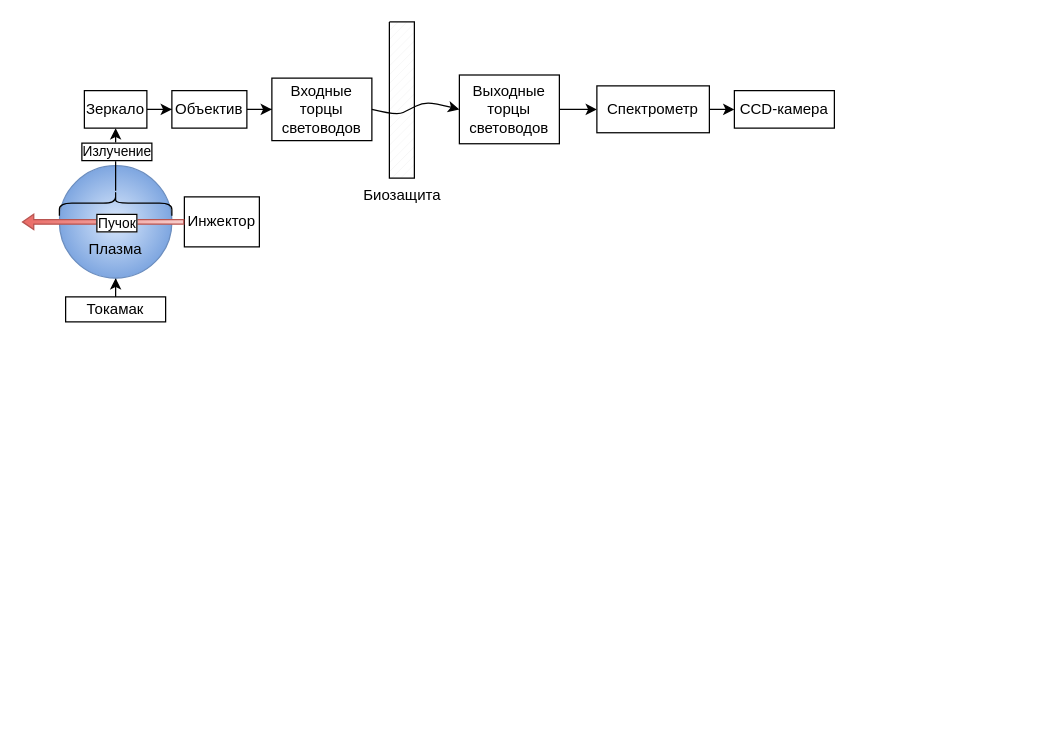
The draw.io diagram Диаграмма без названия.drawio in Mr-Boshi/diagrams, before the edit. Source tidied: cells renumbered, new cells numbered last; positions are measured from the earlier drawing's top-left corner, leaving out a move shared by most shapes. Both pictures are drawn from the tidied source at 125%, with x=0, y=0 at pixel (21, 21).
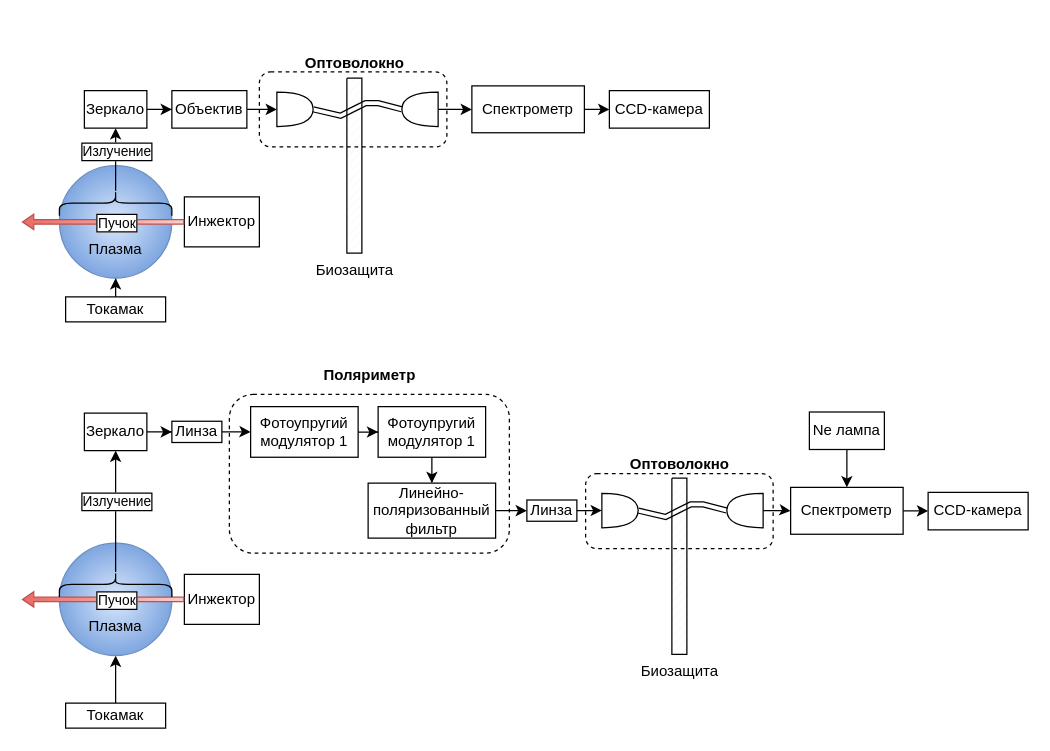
The same diagram, later.

Unchanged cells that the change refers to:
```xml
<mxCell id="14" value="Объектив" style="rounded=0;whiteSpace=wrap;html=1;" parent="1" vertex="1">
  <mxGeometry x="120" y="55" width="60" height="30" as="geometry" />
</mxCell>
```

What changed in the source:
```diff
@@
-    <mxCell id="13" style="edgeStyle=orthogonalEdgeStyle;rounded=0;jettySize=auto;html=1;" parent="1" edge="1" source="14" target="15">
-      <mxGeometry relative="1" as="geometry" />
-    </mxCell>
+    <mxCell id="23" style="edgeStyle=orthogonalEdgeStyle;rounded=0;jettySize=auto;html=1;" parent="1" edge="1" source="14" target="51">
+      <mxGeometry relative="1" as="geometry" />
+    </mxCell>
@@
-    <mxCell id="15" value="Входные торцы световодов" style="rounded=0;whiteSpace=wrap;html=1;" parent="1" vertex="1">
-      <mxGeometry x="200" y="45" width="80" height="50" as="geometry" />
-    </mxCell>
     <mxCell id="16" value="Биозащита" style="verticalLabelPosition=bottom;verticalAlign=top;html=1;shape=mxgraph.basic.patternFillRect;fillStyle=diag;step=5;fillStrokeWidth=0.2;fillStrokeColor=#dddddd;" parent="1" vertex="1">
-      <mxGeometry x="294" width="20" height="125" as="geometry" />
+      <mxGeometry x="260" y="45" width="12" height="140" as="geometry" />
     </mxCell>
-    <mxCell id="17" style="curved=1;endArrow=classic;html=1;rounded=0;exitX=1;exitY=0.5;exitDx=0;exitDy=0;entryX=0;entryY=0.5;entryDx=0;entryDy=0;" parent="1" edge="1" source="15" target="19">
+    <mxCell id="17" style="curved=1;endArrow=classic;html=1;rounded=0;exitX=1;exitY=0.5;exitDx=0;exitDy=0;entryX=1;entryY=0.5;entryDx=0;entryDy=0;shape=link;entryPerimeter=0;exitPerimeter=0;" parent="1" edge="1" source="51" target="53">
       <mxGeometry relative="1" as="geometry">
         <Array as="points">
-          <mxPoint x="300" y="75" />
-          <mxPoint x="310" y="70" />
-          <mxPoint x="320" y="65" />
-          <mxPoint x="330" y="65" />
+          <mxPoint x="255" y="75" />
+          <mxPoint x="265" y="70" />
+          <mxPoint x="275" y="65" />
+          <mxPoint x="285" y="65" />
         </Array>
       </mxGeometry>
     </mxCell>
-    <mxCell id="18" style="edgeStyle=orthogonalEdgeStyle;rounded=0;jettySize=auto;html=1;" parent="1" edge="1" source="19" target="21">
-      <mxGeometry relative="1" as="geometry" />
-    </mxCell>
-    <mxCell id="19" value="Выходные торцы световодов" style="rounded=0;whiteSpace=wrap;html=1;" parent="1" vertex="1">
-      <mxGeometry x="350" y="42.5" width="80" height="55" as="geometry" />
-    </mxCell>
@@
     <mxCell id="21" value="Спектрометр" style="rounded=0;whiteSpace=wrap;html=1;" parent="1" vertex="1">
-      <mxGeometry x="460" y="51.2" width="90" height="37.5" as="geometry" />
+      <mxGeometry x="360" y="51.2" width="90" height="37.5" as="geometry" />
     </mxCell>
     <mxCell id="22" value="CCD-камера" style="rounded=0;whiteSpace=wrap;html=1;" parent="1" vertex="1">
-      <mxGeometry x="570" y="55" width="80" height="30" as="geometry" />
+      <mxGeometry x="470" y="55" width="80" height="30" as="geometry" />
     </mxCell>
+    <mxCell id="24" value="Инжектор" style="rounded=0;whiteSpace=wrap;html=1;" parent="1" vertex="1">
+      <mxGeometry x="130" y="442" width="60" height="40" as="geometry" />
+    </mxCell>
+    <mxCell id="25" style="edgeStyle=orthogonalEdgeStyle;rounded=0;jettySize=auto;html=1;" parent="1" edge="1" source="26" target="27">
+      <mxGeometry relative="1" as="geometry" />
+    </mxCell>
+    <mxCell id="26" value="Токамак" style="rounded=0;whiteSpace=wrap;html=1;" parent="1" vertex="1">
+      <mxGeometry x="35" y="545" width="80" height="20" as="geometry" />
+    </mxCell>
+    <mxCell id="27" value="&lt;div&gt;&lt;br&gt;&lt;/div&gt;&lt;div&gt;&lt;br&gt;&lt;/div&gt;&lt;div&gt;&lt;br&gt;&lt;/div&gt;&lt;div&gt;&lt;span style=&quot;background-color: initial;&quot;&gt;Плазма&lt;/span&gt;&lt;br&gt;&lt;/div&gt;" style="ellipse;whiteSpace=wrap;html=1;fillColor=#dae8fc;strokeColor=#6c8ebf;gradientColor=#7ea6e0;gradientDirection=radial;" parent="1" vertex="1">
+      <mxGeometry x="30" y="417" width="90" height="90" as="geometry" />
+    </mxCell>
+    <mxCell id="28" style="shape=flexArrow;endArrow=classic;html=1;rounded=0;exitX=0;exitY=0.5;exitDx=0;exitDy=0;fillColor=#f8cecc;width=3.6;endSize=2.668;endWidth=7.76;gradientColor=#ea6b66;strokeColor=#b85450;gradientDirection=west;" parent="1" edge="1" source="24">
+      <mxGeometry relative="1" as="geometry">
+        <mxPoint y="462" as="targetPoint" />
+      </mxGeometry>
+    </mxCell>
+    <mxCell id="29" value="Пучок" style="edgeLabel;html=1;align=center;verticalAlign=middle;labelBorderColor=default;" parent="28" vertex="1">
+      <mxGeometry x="-0.34" y="1" relative="1" as="geometry">
+        <mxPoint x="-12" y="-1" as="offset" />
+      </mxGeometry>
+    </mxCell>
+    <mxCell id="30" style="edgeStyle=orthogonalEdgeStyle;rounded=0;jettySize=auto;html=1;" parent="1" edge="1" source="32" target="34">
+      <mxGeometry relative="1" as="geometry" />
+    </mxCell>
+    <mxCell id="31" value="Излучение" style="edgeLabel;html=1;align=center;verticalAlign=middle;labelBorderColor=default;" parent="30" vertex="1">
+      <mxGeometry x="-0.4" relative="1" as="geometry">
+        <mxPoint y="-28" as="offset" />
+      </mxGeometry>
+    </mxCell>
+    <mxCell id="32" style="shape=curlyBracket;whiteSpace=wrap;html=1;rounded=1;flipH=1;labelPosition=right;verticalLabelPosition=middle;align=left;verticalAlign=middle;rotation=-90;size=0.5;" parent="1" vertex="1">
+      <mxGeometry x="65" y="405" width="20" height="90" as="geometry" />
+    </mxCell>
+    <mxCell id="33" style="edgeStyle=orthogonalEdgeStyle;rounded=0;jettySize=auto;html=1;" parent="1" edge="1" source="34" target="36">
+      <mxGeometry relative="1" as="geometry" />
+    </mxCell>
+    <mxCell id="34" value="Зеркало" style="rounded=0;whiteSpace=wrap;html=1;" parent="1" vertex="1">
+      <mxGeometry x="50" y="313" width="50" height="30" as="geometry" />
+    </mxCell>
+    <mxCell id="35" style="edgeStyle=orthogonalEdgeStyle;rounded=0;jettySize=auto;html=1;" parent="1" edge="1" source="36" target="38">
+      <mxGeometry relative="1" as="geometry" />
+    </mxCell>
+    <mxCell id="36" value="Линза" style="rounded=0;whiteSpace=wrap;html=1;" parent="1" vertex="1">
+      <mxGeometry x="120" y="319.5" width="40" height="17" as="geometry" />
+    </mxCell>
+    <mxCell id="37" style="edgeStyle=orthogonalEdgeStyle;rounded=0;jettySize=auto;html=1;" parent="1" edge="1" source="38" target="42">
+      <mxGeometry relative="1" as="geometry" />
+    </mxCell>
+    <mxCell id="38" value="Фотоупругий модулятор 1" style="rounded=0;whiteSpace=wrap;html=1;" parent="1" vertex="1">
+      <mxGeometry x="183" y="307.8" width="86" height="40.5" as="geometry" />
+    </mxCell>
+    <mxCell id="39" style="edgeStyle=orthogonalEdgeStyle;rounded=0;jettySize=auto;html=1;exitX=1;exitY=0.5;exitDx=0;exitDy=0;entryX=0;entryY=0.5;entryDx=0;entryDy=0;" parent="1" edge="1" source="40" target="43">
+      <mxGeometry relative="1" as="geometry" />
+    </mxCell>
+    <mxCell id="40" value="Линейно-поляризованный фильтр" style="rounded=0;whiteSpace=wrap;html=1;" parent="1" vertex="1">
+      <mxGeometry x="277" y="369" width="102" height="44" as="geometry" />
+    </mxCell>
+    <mxCell id="41" style="edgeStyle=orthogonalEdgeStyle;rounded=0;jettySize=auto;html=1;" parent="1" edge="1" source="42" target="40">
+      <mxGeometry relative="1" as="geometry" />
+    </mxCell>
+    <mxCell id="42" value="Фотоупругий модулятор 1" style="rounded=0;whiteSpace=wrap;html=1;" parent="1" vertex="1">
+      <mxGeometry x="285" y="307.8" width="86" height="40.5" as="geometry" />
+    </mxCell>
+    <mxCell id="43" value="Линза" style="rounded=0;whiteSpace=wrap;html=1;" parent="1" vertex="1">
+      <mxGeometry x="404" y="382.5" width="40" height="17" as="geometry" />
+    </mxCell>
+    <mxCell id="44" style="rounded=1;whiteSpace=wrap;html=1;dashed=1;fillColor=none;" parent="1" vertex="1">
+      <mxGeometry x="166" y="298" width="224" height="127" as="geometry" />
+    </mxCell>
+    <mxCell id="45" value="Поляриметр" style="text;html=1;align=center;verticalAlign=middle;strokeColor=none;fillColor=none;fontStyle=1;" parent="1" vertex="1">
+      <mxGeometry x="233" y="268" width="90" height="30" as="geometry" />
+    </mxCell>
+    <mxCell id="46" style="edgeStyle=orthogonalEdgeStyle;rounded=0;jettySize=auto;html=1;" parent="1" edge="1" source="47" target="50">
+      <mxGeometry relative="1" as="geometry" />
+    </mxCell>
+    <mxCell id="47" value="Спектрометр" style="rounded=0;whiteSpace=wrap;html=1;" parent="1" vertex="1">
+      <mxGeometry x="615" y="372.4" width="90" height="37.5" as="geometry" />
+    </mxCell>
+    <mxCell id="48" style="edgeStyle=orthogonalEdgeStyle;rounded=0;jettySize=auto;html=1;" parent="1" edge="1" source="49" target="47">
+      <mxGeometry relative="1" as="geometry" />
+    </mxCell>
+    <mxCell id="49" value="Ne лампа" style="rounded=0;whiteSpace=wrap;html=1;" parent="1" vertex="1">
+      <mxGeometry x="630" y="312.1" width="60" height="30" as="geometry" />
+    </mxCell>
+    <mxCell id="50" value="CCD-камера" style="rounded=0;whiteSpace=wrap;html=1;" parent="1" vertex="1">
+      <mxGeometry x="725" y="376.4" width="80" height="30" as="geometry" />
+    </mxCell>
+    <mxCell id="51" style="shape=or;whiteSpace=wrap;html=1;" parent="1" vertex="1">
+      <mxGeometry x="204" y="56.2" width="29" height="27.5" as="geometry" />
+    </mxCell>
+    <mxCell id="52" style="edgeStyle=orthogonalEdgeStyle;rounded=0;jettySize=auto;html=1;" parent="1" edge="1" source="53" target="21">
+      <mxGeometry relative="1" as="geometry" />
+    </mxCell>
+    <mxCell id="53" style="shape=or;whiteSpace=wrap;html=1;rotation=-180;" parent="1" vertex="1">
+      <mxGeometry x="304" y="56.2" width="29" height="27.5" as="geometry" />
+    </mxCell>
+    <mxCell id="54" value="&lt;div&gt;&lt;br&gt;&lt;/div&gt;" style="rounded=1;whiteSpace=wrap;html=1;fillColor=none;dashed=1;" parent="1" vertex="1">
+      <mxGeometry x="190" y="40" width="150" height="60" as="geometry" />
+    </mxCell>
+    <mxCell id="55" value="Оптоволокно" style="text;html=1;align=center;verticalAlign=middle;strokeColor=none;fillColor=none;fontStyle=1;" parent="1" vertex="1">
+      <mxGeometry x="216" y="18.2" width="100" height="30" as="geometry" />
+    </mxCell>
+    <mxCell id="56" value="Биозащита" style="verticalLabelPosition=bottom;verticalAlign=top;html=1;shape=mxgraph.basic.patternFillRect;fillStyle=diag;step=5;fillStrokeWidth=0.2;fillStrokeColor=#dddddd;" parent="1" vertex="1">
+      <mxGeometry x="520" y="365" width="12" height="141" as="geometry" />
+    </mxCell>
+    <mxCell id="57" style="curved=1;endArrow=classic;html=1;rounded=0;exitX=1;exitY=0.5;exitDx=0;exitDy=0;entryX=1;entryY=0.5;entryDx=0;entryDy=0;shape=link;entryPerimeter=0;exitPerimeter=0;" parent="1" edge="1" source="58" target="60">
+      <mxGeometry relative="1" as="geometry">
+        <Array as="points">
+          <mxPoint x="515" y="396" />
+          <mxPoint x="525" y="391" />
+          <mxPoint x="535" y="386" />
+          <mxPoint x="545" y="386" />
+        </Array>
+      </mxGeometry>
+    </mxCell>
+    <mxCell id="58" style="shape=or;whiteSpace=wrap;html=1;" parent="1" vertex="1">
+      <mxGeometry x="464" y="377.2" width="29" height="27.5" as="geometry" />
+    </mxCell>
+    <mxCell id="59" style="edgeStyle=orthogonalEdgeStyle;rounded=0;jettySize=auto;html=1;" parent="1" edge="1" source="60" target="47">
+      <mxGeometry relative="1" as="geometry" />
+    </mxCell>
+    <mxCell id="60" style="shape=or;whiteSpace=wrap;html=1;rotation=-180;" parent="1" vertex="1">
+      <mxGeometry x="564" y="377.2" width="29" height="27.5" as="geometry" />
+    </mxCell>
+    <mxCell id="61" value="Оптоволокно" style="text;html=1;align=center;verticalAlign=middle;strokeColor=none;fillColor=none;fontStyle=1;" parent="1" vertex="1">
+      <mxGeometry x="476" y="339.2" width="100" height="30" as="geometry" />
+    </mxCell>
+    <mxCell id="62" style="edgeStyle=orthogonalEdgeStyle;rounded=0;jettySize=auto;html=1;exitX=1;exitY=0.5;exitDx=0;exitDy=0;entryX=0;entryY=0.5;entryDx=0;entryDy=0;entryPerimeter=0;" parent="1" edge="1" source="43" target="58">
+      <mxGeometry relative="1" as="geometry" />
+    </mxCell>
+    <mxCell id="63" value="&lt;div&gt;&lt;br&gt;&lt;/div&gt;" style="rounded=1;whiteSpace=wrap;html=1;fillColor=none;dashed=1;" parent="1" vertex="1">
+      <mxGeometry x="451" y="361.4" width="150" height="60" as="geometry" />
+    </mxCell>
```
